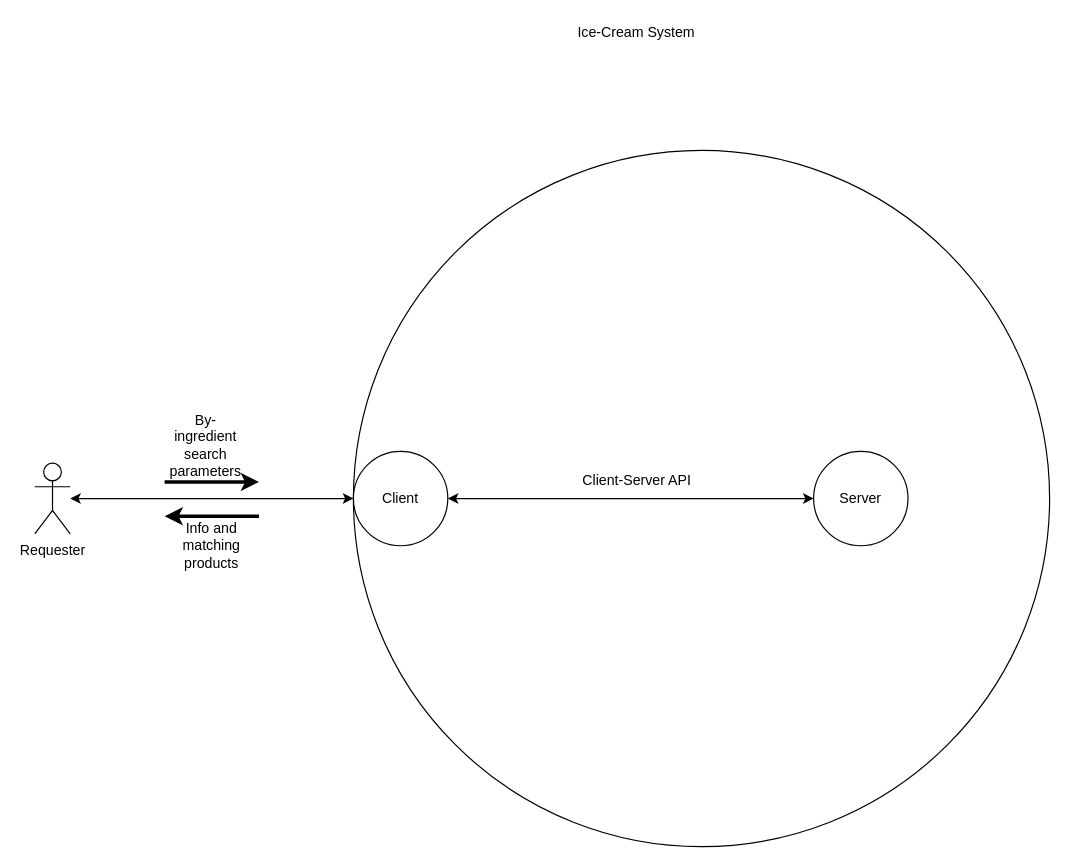
Earlier version of the draw.io diagram System_Analysis/Ice-Cream_System.drawio (tslever/Tom_Levers_Public_Git_Repository). Source tidied: cells renumbered, new cells numbered last; positions are measured from the earlier drawing's top-left corner, leaving out a move shared by most shapes. Both pictures are drawn from the tidied source at 118%, with x=0, y=0 at pixel (34, 20).
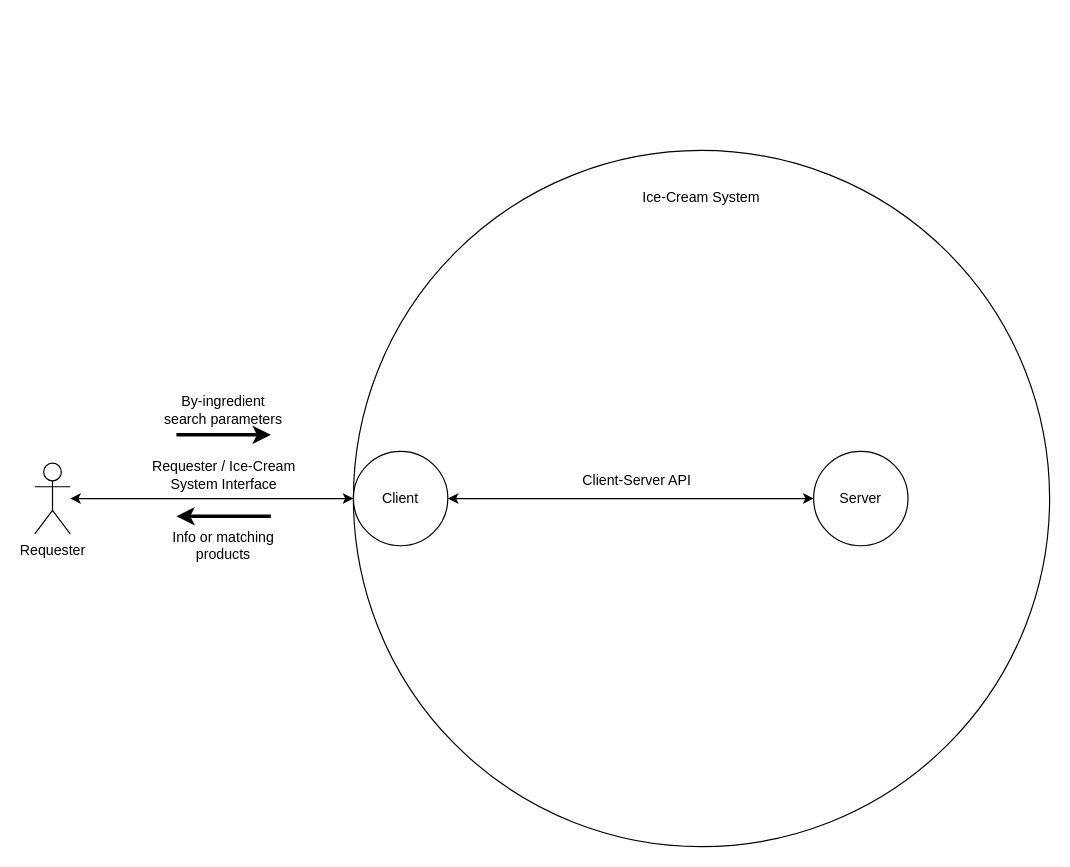
Above is the later version.

What changed in the source:
```diff
@@
     <mxCell id="3" value="Ice-Cream System&lt;br&gt;" style="text;html=1;strokeColor=none;fillColor=none;align=center;verticalAlign=middle;whiteSpace=wrap;rounded=0;" parent="1" vertex="1">
-      <mxGeometry x="415" width="190" height="20" as="geometry" />
+      <mxGeometry x="470" y="140" width="190" height="20" as="geometry" />
     </mxCell>
@@
-    <mxCell id="6" style="group;" parent="1" vertex="1">
-      <mxGeometry x="110" y="350" width="80" height="41" as="geometry" />
-    </mxCell>
-    <mxCell id="7" style="endArrow=classic;html=1;strokeWidth=3;startArrow=none;startFill=0;endFill=1;" parent="6" edge="1">
-      <mxGeometry relative="1" as="geometry">
-        <mxPoint y="41" as="sourcePoint" />
-        <mxPoint x="80" y="41" as="targetPoint" />
-      </mxGeometry>
-    </mxCell>
-    <mxCell id="8" value="By-ingredient search parameters" style="text;html=1;strokeColor=none;fillColor=none;align=center;verticalAlign=middle;whiteSpace=wrap;rounded=0;" parent="6" vertex="1">
-      <mxGeometry x="15" width="40" height="20" as="geometry" />
-    </mxCell>
     <mxCell id="9" style="group;" parent="1" vertex="1">
-      <mxGeometry x="110" y="420" width="80" height="35" as="geometry" />
+      <mxGeometry x="120" y="420" width="80" height="35" as="geometry" />
     </mxCell>
@@
-    <mxCell id="11" value="Info and matching products" style="text;html=1;strokeColor=none;fillColor=none;align=center;verticalAlign=middle;whiteSpace=wrap;rounded=0;" parent="9" vertex="1">
-      <mxGeometry x="20" y="15" width="40" height="20" as="geometry" />
+    <mxCell id="11" value="Info or matching products" style="text;html=1;strokeColor=none;fillColor=none;align=center;verticalAlign=middle;whiteSpace=wrap;rounded=0;" parent="9" vertex="1">
+      <mxGeometry x="-5" y="15" width="90" height="20" as="geometry" />
     </mxCell>
@@
+    <mxCell id="20" value="Requester / Ice-Cream System Interface" style="text;html=1;strokeColor=none;fillColor=none;align=center;verticalAlign=middle;whiteSpace=wrap;rounded=0;" parent="1" vertex="1">
+      <mxGeometry x="97.5" y="375" width="125" height="20" as="geometry" />
+    </mxCell>
+    <mxCell id="7" style="endArrow=classic;html=1;strokeWidth=3;startArrow=none;startFill=0;endFill=1;" parent="1" edge="1">
+      <mxGeometry x="90" y="320" as="geometry">
+        <mxPoint x="120" y="351" as="sourcePoint" />
+        <mxPoint x="200" y="351" as="targetPoint" />
+      </mxGeometry>
+    </mxCell>
+    <mxCell id="8" value="By-ingredient search parameters" style="text;html=1;strokeColor=none;fillColor=none;align=center;verticalAlign=middle;whiteSpace=wrap;rounded=0;" parent="1" vertex="1">
+      <mxGeometry x="105" y="320" width="110" height="20" as="geometry" />
+    </mxCell>
```
